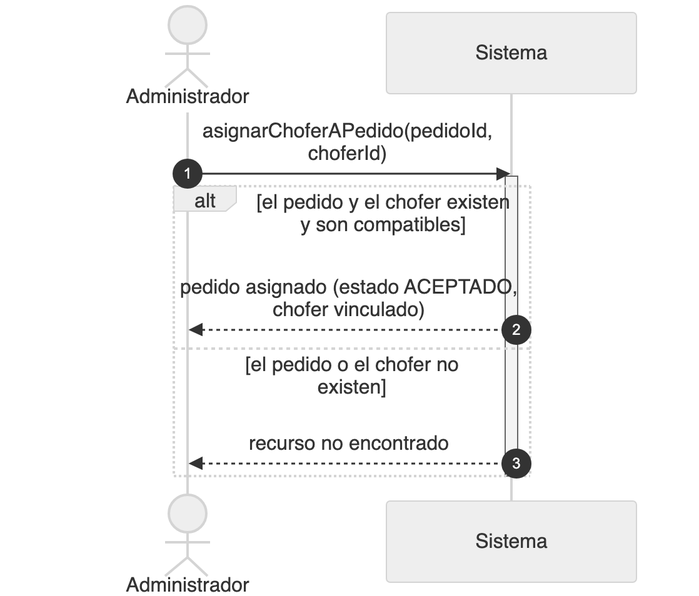
Above: diagramas/png/DSS_CU-012_Asignar-Chofer-Manualmente.png in Nahuelito-Dev/splg-docs (Mermaid), before the change. Its source is kept beside it as diagramas/DSS_CU-012_Asignar-Chofer-Manualmente.mmd. Its diagram source:
```mermaid
sequenceDiagram
    title DSS — CU-012 Asignar Chofer Manualmente
    autonumber
    actor ADM as Administrador
    participant SIS as Sistema

    ADM->>SIS: asignarChoferAPedido(pedidoId, choferId)
    activate SIS
    alt el pedido y el chofer existen y son compatibles
        SIS-->>ADM: pedido asignado (estado ACEPTADO, chofer vinculado)
    else el pedido o el chofer no existen o son de otra distribuidora
        SIS-->>ADM: recurso no encontrado
    end
    deactivate SIS
```
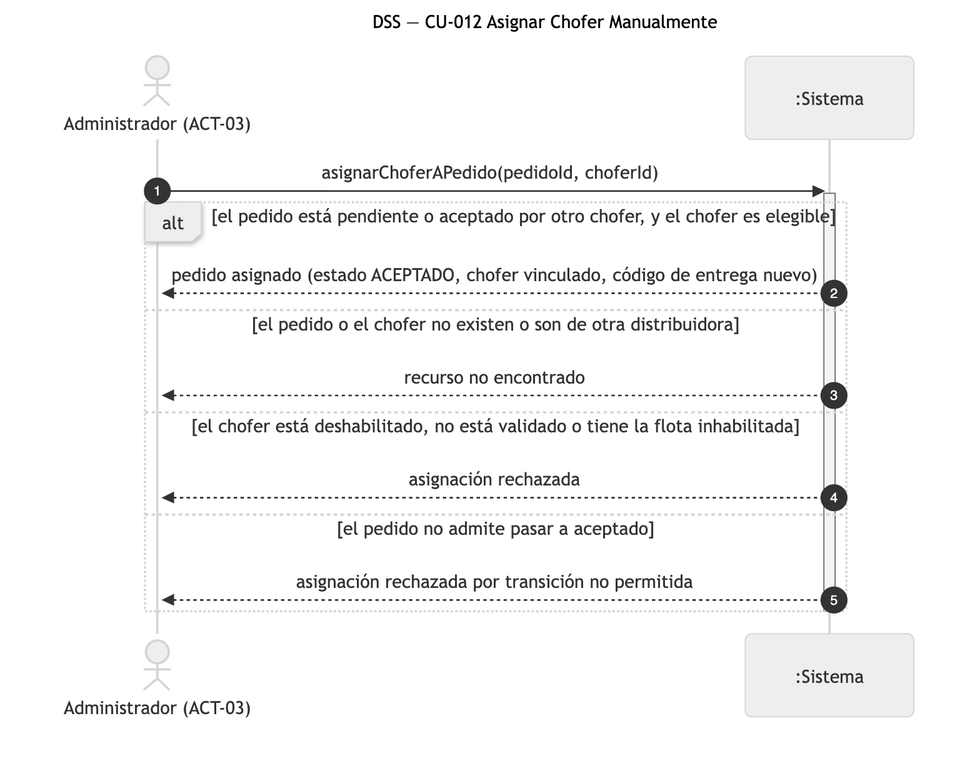
Above is the later version.

Diff of the diagram source:
```diff
@@ -1,14 +1,18 @@
 sequenceDiagram
     title DSS — CU-012 Asignar Chofer Manualmente
     autonumber
-    actor ADM as Administrador
-    participant SIS as Sistema
+    actor ADM as Administrador (ACT-03)
+    participant SIS as :Sistema
 
     ADM->>SIS: asignarChoferAPedido(pedidoId, choferId)
     activate SIS
-    alt el pedido y el chofer existen y son compatibles
-        SIS-->>ADM: pedido asignado (estado ACEPTADO, chofer vinculado)
+    alt el pedido está pendiente o aceptado por otro chofer, y el chofer es elegible
+        SIS-->>ADM: pedido asignado (estado ACEPTADO, chofer vinculado, código de entrega nuevo)
     else el pedido o el chofer no existen o son de otra distribuidora
         SIS-->>ADM: recurso no encontrado
+    else el chofer está deshabilitado, no está validado o tiene la flota inhabilitada
+        SIS-->>ADM: asignación rechazada
+    else el pedido no admite pasar a aceptado
+        SIS-->>ADM: asignación rechazada por transición no permitida
     end
     deactivate SIS
```
